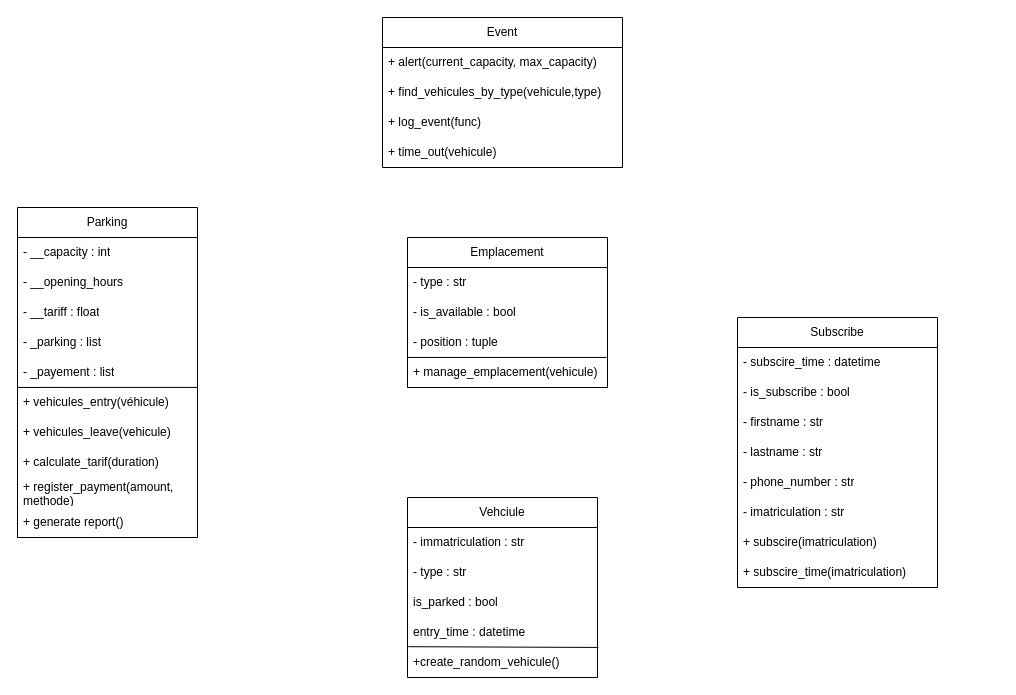
Above: UML.drawio in Crocrodile03/Projet_devII (draw.io), before the change. Source tidied: cells renumbered, new cells numbered last; positions are measured from the earlier drawing's top-left corner, leaving out a move shared by most shapes. Both pictures are drawn from the tidied source at 100%, with x=0, y=0 at pixel (17, 17).
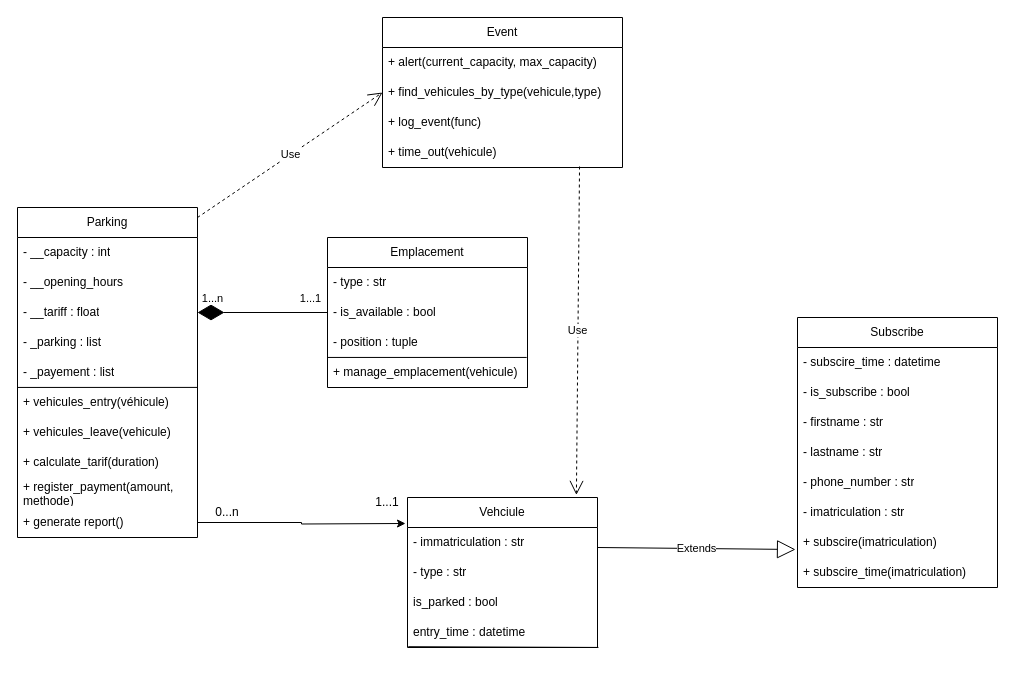
Above is the later version.

The change refers to these unchanged cells:
```xml
<mxCell id="5" value="- __tariff : float" style="text;strokeColor=none;fillColor=none;align=left;verticalAlign=middle;spacingLeft=4;spacingRight=4;overflow=hidden;points=[[0,0.5],[1,0.5]];portConstraint=eastwest;whiteSpace=wrap;html=1;" parent="2" vertex="1">
  <mxGeometry y="90" width="180" height="30" as="geometry" />
</mxCell>
<mxCell id="12" value="+ generate report()" style="text;strokeColor=none;fillColor=none;align=left;verticalAlign=middle;spacingLeft=4;spacingRight=4;overflow=hidden;points=[[0,0.5],[1,0.5]];portConstraint=eastwest;whiteSpace=wrap;html=1;" parent="2" vertex="1">
  <mxGeometry y="300" width="180" height="30" as="geometry" />
</mxCell>
<mxCell id="16" value="+ find_vehicules_by_type(vehicule,type)" style="text;strokeColor=none;fillColor=none;align=left;verticalAlign=middle;spacingLeft=4;spacingRight=4;overflow=hidden;points=[[0,0.5],[1,0.5]];portConstraint=eastwest;whiteSpace=wrap;html=1;" parent="14" vertex="1">
  <mxGeometry y="60" width="240" height="30" as="geometry" />
</mxCell>
<mxCell id="18" value="+ time_out(vehicule)" style="text;strokeColor=none;fillColor=none;align=left;verticalAlign=middle;spacingLeft=4;spacingRight=4;overflow=hidden;points=[[0,0.5],[1,0.5]];portConstraint=eastwest;whiteSpace=wrap;html=1;" parent="14" vertex="1">
  <mxGeometry y="120" width="240" height="30" as="geometry" />
</mxCell>
<mxCell id="21" value="- is_available : bool" style="text;strokeColor=none;fillColor=none;align=left;verticalAlign=middle;spacingLeft=4;spacingRight=4;overflow=hidden;points=[[0,0.5],[1,0.5]];portConstraint=eastwest;whiteSpace=wrap;html=1;" parent="19" vertex="1">
  <mxGeometry y="60" width="200" height="30" as="geometry" />
</mxCell>
<mxCell id="32" value="+ subscire(imatriculation)" style="text;strokeColor=none;fillColor=none;align=left;verticalAlign=middle;spacingLeft=4;spacingRight=4;overflow=hidden;points=[[0,0.5],[1,0.5]];portConstraint=eastwest;whiteSpace=wrap;html=1;" parent="25" vertex="1">
  <mxGeometry y="210" width="200" height="30" as="geometry" />
</mxCell>
<mxCell id="38" value="entry_time : datetime" style="text;strokeColor=none;fillColor=none;align=left;verticalAlign=middle;spacingLeft=4;spacingRight=4;overflow=hidden;points=[[0,0.5],[1,0.5]];portConstraint=eastwest;whiteSpace=wrap;html=1;" parent="34" vertex="1">
  <mxGeometry y="120" width="190" height="30" as="geometry" />
</mxCell>
```

Change to the diagram source:
```diff
@@
     <mxCell id="19" value="Emplacement" style="swimlane;fontStyle=0;horizontal=1;startSize=30;whiteSpace=wrap;html=1;" parent="1" vertex="1">
-      <mxGeometry x="390" y="220" width="200" height="150" as="geometry" />
+      <mxGeometry x="310" y="220" width="200" height="150" as="geometry" />
     </mxCell>
@@
     <mxCell id="25" value="Subscribe" style="swimlane;fontStyle=0;horizontal=1;startSize=30;whiteSpace=wrap;html=1;" parent="1" vertex="1">
-      <mxGeometry x="720" y="300" width="200" height="270" as="geometry" />
+      <mxGeometry x="780" y="300" width="200" height="270" as="geometry" />
     </mxCell>
@@
     <mxCell id="34" value="Vehciule" style="swimlane;fontStyle=0;horizontal=1;startSize=30;whiteSpace=wrap;html=1;" parent="1" vertex="1">
-      <mxGeometry x="390" y="480" width="190" height="180" as="geometry" />
+      <mxGeometry x="390" y="480" width="190" height="150" as="geometry" />
     </mxCell>
@@
-    <mxCell id="39" value="+create_random_vehicule()" style="text;strokeColor=none;fillColor=none;align=left;verticalAlign=middle;spacingLeft=4;spacingRight=4;overflow=hidden;points=[[0,0.5],[1,0.5]];portConstraint=eastwest;whiteSpace=wrap;html=1;" parent="34" vertex="1">
-      <mxGeometry y="150" width="190" height="30" as="geometry" />
-    </mxCell>
-    <mxCell id="40" style="endArrow=none;html=1;exitX=0.004;exitY=-0.027;exitDx=0;exitDy=0;exitPerimeter=0;entryX=1.005;entryY=0.998;entryDx=0;entryDy=0;entryPerimeter=0;" parent="34" edge="1" source="39" target="38">
-      <mxGeometry relative="1" as="geometry" />
+    <mxCell id="40" style="endArrow=none;html=1;exitX=0.004;exitY=-0.027;exitDx=0;exitDy=0;exitPerimeter=0;entryX=1.005;entryY=0.998;entryDx=0;entryDy=0;entryPerimeter=0;" parent="34" edge="1" target="38">
+      <mxGeometry relative="1" as="geometry">
+        <mxPoint x="0.8" y="149.2" as="sourcePoint" />
+      </mxGeometry>
     </mxCell>
+    <mxCell id="41" style="endArrow=diamondThin;endFill=1;endSize=24;html=1;rounded=0;entryX=1;entryY=0.5;entryDx=0;entryDy=0;exitX=0;exitY=0.5;exitDx=0;exitDy=0;" parent="1" edge="1" source="21" target="5">
+      <mxGeometry relative="1" as="geometry" />
+    </mxCell>
+    <mxCell id="42" value="1...n" style="edgeLabel;html=1;align=center;verticalAlign=middle;rotation=0;" parent="41" vertex="1">
+      <mxGeometry x="0.78" y="-2" relative="1" as="geometry">
+        <mxPoint y="-13" as="offset" />
+      </mxGeometry>
+    </mxCell>
+    <mxCell id="43" value="1...1" style="edgeLabel;html=1;align=center;verticalAlign=middle;" parent="41" vertex="1">
+      <mxGeometry x="-0.72" y="-3" relative="1" as="geometry">
+        <mxPoint y="-12" as="offset" />
+      </mxGeometry>
+    </mxCell>
+    <mxCell id="44" style="edgeStyle=orthogonalEdgeStyle;rounded=0;jettySize=auto;html=1;exitX=1;exitY=0.5;exitDx=0;exitDy=0;" parent="1" edge="1" source="12">
+      <mxGeometry relative="1" as="geometry">
+        <mxPoint x="388" y="506" as="targetPoint" />
+      </mxGeometry>
+    </mxCell>
+    <mxCell id="45" value="0...n" style="text;html=1;whiteSpace=wrap;strokeColor=none;fillColor=none;align=center;verticalAlign=middle;rounded=0;" parent="1" vertex="1">
+      <mxGeometry x="180" y="480" width="60" height="30" as="geometry" />
+    </mxCell>
+    <mxCell id="46" value="1...1" style="text;html=1;whiteSpace=wrap;strokeColor=none;fillColor=none;align=center;verticalAlign=middle;rounded=0;" parent="1" vertex="1">
+      <mxGeometry x="340" y="470" width="60" height="30" as="geometry" />
+    </mxCell>
+    <mxCell id="47" value="Extends" style="endArrow=block;endSize=16;endFill=0;html=1;rounded=0;entryX=-0.01;entryY=0.733;entryDx=0;entryDy=0;entryPerimeter=0;" parent="1" edge="1" target="32">
+      <mxGeometry relative="1" as="geometry">
+        <mxPoint x="580" y="530" as="sourcePoint" />
+      </mxGeometry>
+    </mxCell>
+    <mxCell id="48" value="Use" style="endArrow=open;endSize=12;dashed=1;html=1;rounded=0;entryX=0;entryY=0.5;entryDx=0;entryDy=0;" parent="1" edge="1" target="16">
+      <mxGeometry relative="1" as="geometry">
+        <mxPoint x="180" y="200" as="sourcePoint" />
+      </mxGeometry>
+    </mxCell>
+    <mxCell id="49" value="Use" style="endArrow=open;endSize=12;dashed=1;html=1;rounded=0;exitX=0.821;exitY=0.967;exitDx=0;exitDy=0;exitPerimeter=0;entryX=0.889;entryY=-0.017;entryDx=0;entryDy=0;entryPerimeter=0;" parent="1" edge="1" source="18" target="34">
+      <mxGeometry relative="1" as="geometry" />
+    </mxCell>
```
